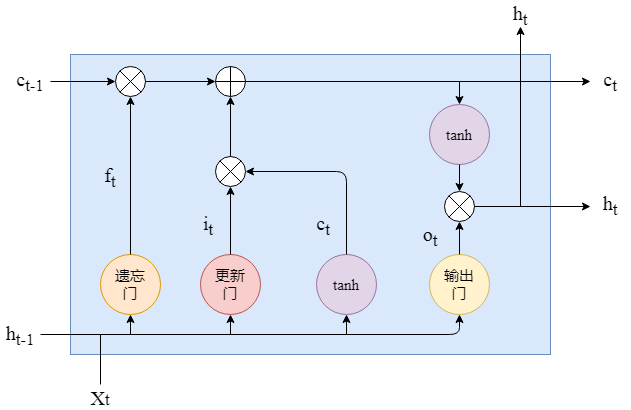
yhx123hero/CyberspaceSecurity_NER keeps this draw.io diagram as LSTM-CN.png. Above is the earlier version. Source tidied: cells renumbered, new cells last; positions are measured from the earlier drawing's top-left corner, leaving out a move shared by most shapes.
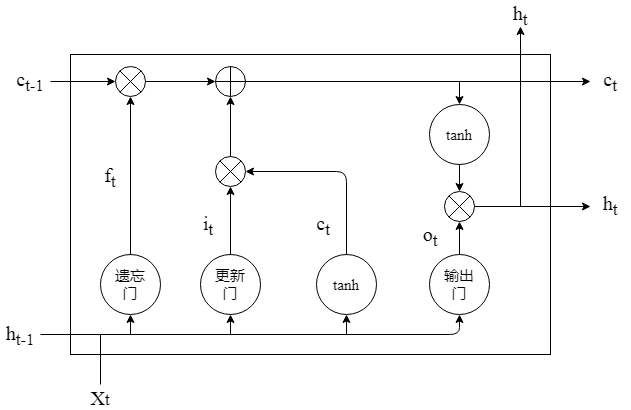
Above is the later version.

Diff of the diagram source:
```diff
@@ -2,31 +2,31 @@
   <root>
     <mxCell id="0" />
     <mxCell id="1" parent="0" />
-    <mxCell id="2" style="rounded=0;whiteSpace=wrap;html=1;fillColor=#dae8fc;strokeColor=#6c8ebf;" parent="1" vertex="1">
+    <mxCell id="2" style="rounded=0;whiteSpace=wrap;html=1;" parent="1" vertex="1">
       <mxGeometry x="70" y="50" width="480" height="300" as="geometry" />
     </mxCell>
-    <mxCell id="3" style="ellipse;whiteSpace=wrap;html=1;fontFamily=Times New Roman;fillColor=#ffe6cc;strokeColor=#d79b00;" parent="1" vertex="1">
+    <mxCell id="3" style="ellipse;whiteSpace=wrap;html=1;fontFamily=Times New Roman;" parent="1" vertex="1">
       <mxGeometry x="100" y="250" width="60" height="60" as="geometry" />
     </mxCell>
-    <mxCell id="4" value="遗忘门" style="text;html=1;strokeColor=none;fillColor=none;align=center;verticalAlign=middle;whiteSpace=wrap;rounded=0;fontFamily=Times New Roman;fontSize=15;" parent="1" vertex="1">
+    <mxCell id="4" value="遗忘门" style="text;html=1;align=center;verticalAlign=middle;whiteSpace=wrap;rounded=0;fontFamily=Times New Roman;fontSize=15;" parent="1" vertex="1">
       <mxGeometry x="110" y="270" width="40" height="20" as="geometry" />
     </mxCell>
-    <mxCell id="5" style="ellipse;whiteSpace=wrap;html=1;fontFamily=Times New Roman;fillColor=#f8cecc;strokeColor=#b85450;" parent="1" vertex="1">
+    <mxCell id="5" style="ellipse;whiteSpace=wrap;html=1;fontFamily=Times New Roman;" parent="1" vertex="1">
       <mxGeometry x="200" y="250" width="60" height="60" as="geometry" />
     </mxCell>
-    <mxCell id="6" value="更新门" style="text;html=1;strokeColor=none;fillColor=none;align=center;verticalAlign=middle;whiteSpace=wrap;rounded=0;fontFamily=Times New Roman;fontSize=15;" parent="1" vertex="1">
+    <mxCell id="6" value="更新门" style="text;html=1;align=center;verticalAlign=middle;whiteSpace=wrap;rounded=0;fontFamily=Times New Roman;fontSize=15;" parent="1" vertex="1">
       <mxGeometry x="210" y="270" width="40" height="20" as="geometry" />
     </mxCell>
-    <mxCell id="7" style="ellipse;whiteSpace=wrap;html=1;fontFamily=Times New Roman;fillColor=#e1d5e7;strokeColor=#9673a6;" parent="1" vertex="1">
+    <mxCell id="7" style="ellipse;whiteSpace=wrap;html=1;fontFamily=Times New Roman;" parent="1" vertex="1">
       <mxGeometry x="316" y="250" width="60" height="60" as="geometry" />
     </mxCell>
-    <mxCell id="8" value="tanh" style="text;html=1;strokeColor=none;fillColor=none;align=center;verticalAlign=middle;whiteSpace=wrap;rounded=0;fontFamily=Times New Roman;fontSize=15;" parent="1" vertex="1">
+    <mxCell id="8" value="tanh" style="text;html=1;align=center;verticalAlign=middle;whiteSpace=wrap;rounded=0;fontFamily=Times New Roman;fontSize=15;" parent="1" vertex="1">
       <mxGeometry x="326" y="270" width="40" height="20" as="geometry" />
     </mxCell>
-    <mxCell id="9" style="ellipse;whiteSpace=wrap;html=1;fontFamily=Times New Roman;fillColor=#fff2cc;strokeColor=#d6b656;" parent="1" vertex="1">
+    <mxCell id="9" style="ellipse;whiteSpace=wrap;html=1;fontFamily=Times New Roman;" parent="1" vertex="1">
       <mxGeometry x="429" y="250" width="60" height="60" as="geometry" />
     </mxCell>
-    <mxCell id="10" value="输出门" style="text;html=1;strokeColor=none;fillColor=none;align=center;verticalAlign=middle;whiteSpace=wrap;rounded=0;fontFamily=Times New Roman;fontSize=15;" parent="1" vertex="1">
+    <mxCell id="10" value="输出门" style="text;html=1;align=center;verticalAlign=middle;whiteSpace=wrap;rounded=0;fontFamily=Times New Roman;fontSize=15;" parent="1" vertex="1">
       <mxGeometry x="439" y="270" width="40" height="20" as="geometry" />
     </mxCell>
     <mxCell id="11" style="shape=orEllipse;perimeter=ellipsePerimeter;whiteSpace=wrap;html=1;backgroundOutline=1;fontFamily=Times New Roman;fontSize=15;" parent="1" vertex="1">
@@ -41,10 +41,10 @@
     <mxCell id="14" style="shape=sumEllipse;perimeter=ellipsePerimeter;whiteSpace=wrap;html=1;backgroundOutline=1;fontFamily=Times New Roman;fontSize=15;" parent="1" vertex="1">
       <mxGeometry x="444" y="187" width="30" height="30" as="geometry" />
     </mxCell>
-    <mxCell id="15" style="ellipse;whiteSpace=wrap;html=1;fontFamily=Times New Roman;fillColor=#e1d5e7;strokeColor=#9673a6;" parent="1" vertex="1">
+    <mxCell id="15" style="ellipse;whiteSpace=wrap;html=1;fontFamily=Times New Roman;" parent="1" vertex="1">
       <mxGeometry x="429" y="100" width="60" height="60" as="geometry" />
     </mxCell>
-    <mxCell id="16" value="tanh" style="text;html=1;strokeColor=none;fillColor=none;align=center;verticalAlign=middle;whiteSpace=wrap;rounded=0;fontFamily=Times New Roman;fontSize=15;" parent="1" vertex="1">
+    <mxCell id="16" value="tanh" style="text;html=1;align=center;verticalAlign=middle;whiteSpace=wrap;rounded=0;fontFamily=Times New Roman;fontSize=15;" parent="1" vertex="1">
       <mxGeometry x="439" y="120" width="40" height="20" as="geometry" />
     </mxCell>
     <mxCell id="17" style="edgeStyle=segmentEdgeStyle;endArrow=classic;html=1;fontFamily=Times New Roman;fontSize=15;entryX=0.5;entryY=1;entryDx=0;entryDy=0;" parent="1" edge="1" target="9">
@@ -121,31 +121,31 @@
         <mxPoint x="459" y="77" as="sourcePoint" />
       </mxGeometry>
     </mxCell>
-    <mxCell id="33" value="c&lt;sub&gt;t-1&lt;/sub&gt;" style="text;html=1;strokeColor=none;fillColor=none;align=center;verticalAlign=middle;whiteSpace=wrap;rounded=0;fontFamily=Times New Roman;fontSize=20;" parent="1" vertex="1">
+    <mxCell id="33" value="c&lt;sub&gt;t-1&lt;/sub&gt;" style="text;html=1;align=center;verticalAlign=middle;whiteSpace=wrap;rounded=0;fontFamily=Times New Roman;fontSize=20;" parent="1" vertex="1">
       <mxGeometry x="10" y="66" width="40" height="20" as="geometry" />
     </mxCell>
-    <mxCell id="34" value="h&lt;sub&gt;t-1&lt;/sub&gt;" style="text;html=1;strokeColor=none;fillColor=none;align=center;verticalAlign=middle;whiteSpace=wrap;rounded=0;fontFamily=Times New Roman;fontSize=20;" parent="1" vertex="1">
+    <mxCell id="34" value="h&lt;sub&gt;t-1&lt;/sub&gt;" style="text;html=1;align=center;verticalAlign=middle;whiteSpace=wrap;rounded=0;fontFamily=Times New Roman;fontSize=20;" parent="1" vertex="1">
       <mxGeometry y="320" width="40" height="20" as="geometry" />
     </mxCell>
-    <mxCell id="35" value="f&lt;sub&gt;t&lt;/sub&gt;" style="text;html=1;strokeColor=none;fillColor=none;align=center;verticalAlign=middle;whiteSpace=wrap;rounded=0;fontFamily=Times New Roman;fontSize=20;" parent="1" vertex="1">
+    <mxCell id="35" value="f&lt;sub&gt;t&lt;/sub&gt;" style="text;html=1;align=center;verticalAlign=middle;whiteSpace=wrap;rounded=0;fontFamily=Times New Roman;fontSize=20;" parent="1" vertex="1">
       <mxGeometry x="90" y="162" width="40" height="20" as="geometry" />
     </mxCell>
     <mxCell id="36" style="endArrow=classic;html=1;fontFamily=Times New Roman;fontSize=20;entryX=0.5;entryY=1;entryDx=0;entryDy=0;exitX=0.5;exitY=0;exitDx=0;exitDy=0;" parent="1" edge="1" source="3" target="12">
       <mxGeometry relative="1" as="geometry" />
     </mxCell>
-    <mxCell id="37" value="i&lt;sub&gt;t&lt;/sub&gt;" style="text;html=1;strokeColor=none;fillColor=none;align=center;verticalAlign=middle;whiteSpace=wrap;rounded=0;fontFamily=Times New Roman;fontSize=20;" parent="1" vertex="1">
+    <mxCell id="37" value="i&lt;sub&gt;t&lt;/sub&gt;" style="text;html=1;align=center;verticalAlign=middle;whiteSpace=wrap;rounded=0;fontFamily=Times New Roman;fontSize=20;" parent="1" vertex="1">
       <mxGeometry x="188" y="210" width="40" height="20" as="geometry" />
     </mxCell>
-    <mxCell id="38" value="c&lt;sub&gt;t&lt;/sub&gt;" style="text;html=1;strokeColor=none;fillColor=none;align=center;verticalAlign=middle;whiteSpace=wrap;rounded=0;fontFamily=Times New Roman;fontSize=20;" parent="1" vertex="1">
+    <mxCell id="38" value="c&lt;sub&gt;t&lt;/sub&gt;" style="text;html=1;align=center;verticalAlign=middle;whiteSpace=wrap;rounded=0;fontFamily=Times New Roman;fontSize=20;" parent="1" vertex="1">
       <mxGeometry x="303" y="210" width="40" height="20" as="geometry" />
     </mxCell>
-    <mxCell id="39" value="o&lt;sub&gt;t&lt;/sub&gt;" style="text;html=1;strokeColor=none;fillColor=none;align=center;verticalAlign=middle;whiteSpace=wrap;rounded=0;fontFamily=Times New Roman;fontSize=20;" parent="1" vertex="1">
+    <mxCell id="39" value="o&lt;sub&gt;t&lt;/sub&gt;" style="text;html=1;align=center;verticalAlign=middle;whiteSpace=wrap;rounded=0;fontFamily=Times New Roman;fontSize=20;" parent="1" vertex="1">
       <mxGeometry x="410" y="221" width="40" height="20" as="geometry" />
     </mxCell>
-    <mxCell id="40" value="h&lt;sub&gt;t&lt;/sub&gt;" style="text;html=1;strokeColor=none;fillColor=none;align=center;verticalAlign=middle;whiteSpace=wrap;rounded=0;fontFamily=Times New Roman;fontSize=20;" parent="1" vertex="1">
+    <mxCell id="40" value="h&lt;sub&gt;t&lt;/sub&gt;" style="text;html=1;align=center;verticalAlign=middle;whiteSpace=wrap;rounded=0;fontFamily=Times New Roman;fontSize=20;" parent="1" vertex="1">
       <mxGeometry x="590" y="190" width="40" height="20" as="geometry" />
     </mxCell>
-    <mxCell id="41" value="c&lt;sub&gt;t&lt;/sub&gt;" style="text;html=1;strokeColor=none;fillColor=none;align=center;verticalAlign=middle;whiteSpace=wrap;rounded=0;fontFamily=Times New Roman;fontSize=20;" parent="1" vertex="1">
+    <mxCell id="41" value="c&lt;sub&gt;t&lt;/sub&gt;" style="text;html=1;align=center;verticalAlign=middle;whiteSpace=wrap;rounded=0;fontFamily=Times New Roman;fontSize=20;" parent="1" vertex="1">
       <mxGeometry x="590" y="66" width="40" height="20" as="geometry" />
     </mxCell>
     <mxCell id="42" value="h&lt;sub&gt;t&lt;/sub&gt;" style="text;html=1;strokeColor=none;fillColor=none;align=center;verticalAlign=middle;whiteSpace=wrap;rounded=0;fontFamily=Times New Roman;fontSize=20;" parent="1" vertex="1">
```
